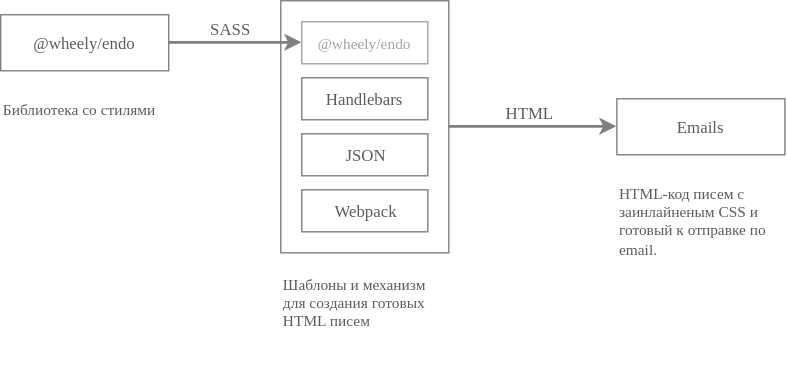
ajile/draw-io keeps this draw.io diagram as Untitled Diagram.svg. Above is the earlier version. Source tidied: cells renumbered, new cells last; positions are measured from the earlier drawing's top-left corner, leaving out a move shared by most shapes.
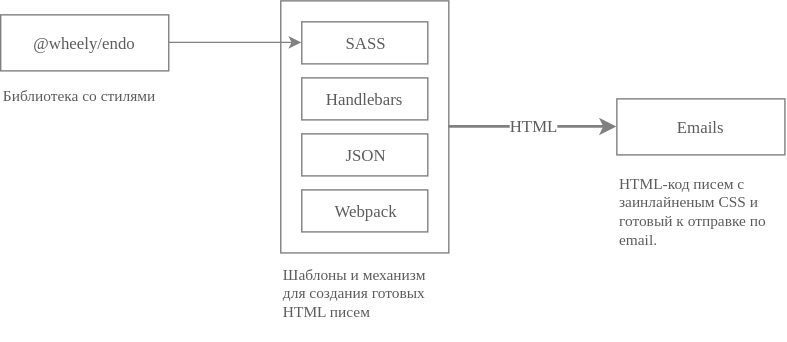
After the commit.

Change to the diagram source:
```diff
@@ -5,14 +5,11 @@
     <mxCell id="2" style="rounded=0;whiteSpace=wrap;html=1;shadow=0;strokeColor=#808080;strokeWidth=1;fillColor=#ffffff;gradientColor=none;fontFamily=Verdana;fontSize=12;fontColor=#5C5C5C;align=center;" parent="1" vertex="1">
       <mxGeometry x="200" width="120" height="180" as="geometry" />
     </mxCell>
-    <mxCell id="3" style="edgeStyle=orthogonalEdgeStyle;rounded=0;html=1;labelBackgroundColor=none;startArrow=none;startFill=0;endArrow=classic;endFill=1;jettySize=auto;strokeColor=#808080;strokeWidth=2;fontFamily=Verdana;fontSize=12;fontColor=#5C5C5C;entryX=0;entryY=0.5;" parent="1" edge="1" source="5" target="14">
-      <mxGeometry relative="1" as="geometry" />
+    <mxCell id="3" style="edgeStyle=orthogonalEdgeStyle;rounded=0;html=1;labelBackgroundColor=none;startArrow=none;startFill=0;endArrow=classic;endFill=1;jettySize=auto;strokeColor=#808080;strokeWidth=1;fontFamily=Verdana;fontSize=11;fontColor=#5C5C5C;entryX=0;entryY=0.5;" parent="1" edge="1" source="5">
+      <mxGeometry relative="1" as="geometry">
+        <mxPoint x="214.7" y="29.7" as="targetPoint" />
+      </mxGeometry>
     </mxCell>
-    <mxCell id="4" value="SASS" style="text;html=1;align=center;verticalAlign=middle;labelBackgroundColor=#ffffff;fontSize=12;fontFamily=Verdana;fontColor=#5C5C5C;" parent="3" vertex="1">
-      <mxGeometry x="-0.23" y="1" relative="1" as="geometry">
-        <mxPoint x="9" y="-9" as="offset" />
-      </mxGeometry>
-    </mxCell>
     <mxCell id="5" value="@wheely/endo" style="rounded=0;whiteSpace=wrap;html=1;shadow=0;strokeColor=#808080;strokeWidth=1;fillColor=#ffffff;gradientColor=none;fontFamily=Verdana;fontSize=12;fontColor=#5C5C5C;align=center;" parent="1" vertex="1">
       <mxGeometry y="10" width="120" height="40" as="geometry" />
     </mxCell>
@@ -21,20 +18,20 @@
     </mxCell>
     <mxCell id="7" value="HTML" style="text;html=1;align=center;verticalAlign=middle;labelBackgroundColor=#ffffff;fontSize=12;fontFamily=Verdana;fontColor=#5C5C5C;" parent="6" vertex="1">
       <mxGeometry x="-0.12" y="2" relative="1" as="geometry">
-        <mxPoint x="5" y="-8" as="offset" />
+        <mxPoint x="8" y="0.5" as="offset" />
       </mxGeometry>
     </mxCell>
     <mxCell id="8" value="Emails&lt;br&gt;" style="rounded=0;whiteSpace=wrap;html=1;shadow=0;strokeColor=#808080;strokeWidth=1;fillColor=#ffffff;gradientColor=none;fontFamily=Verdana;fontSize=12;fontColor=#5C5C5C;align=center;" parent="1" vertex="1">
       <mxGeometry x="440" y="70" width="120" height="40" as="geometry" />
     </mxCell>
     <mxCell id="9" value="Библиотека со стилями" style="text;html=1;strokeColor=none;fillColor=none;align=left;verticalAlign=top;whiteSpace=wrap;rounded=0;shadow=0;fontFamily=Verdana;fontSize=11;fontColor=#5C5C5C;" parent="1" vertex="1">
-      <mxGeometry y="65" width="120" height="45" as="geometry" />
+      <mxGeometry y="55" width="120" height="35" as="geometry" />
     </mxCell>
     <mxCell id="10" value="Шаблоны и механизм для создания готовых HTML писем" style="text;html=1;strokeColor=none;fillColor=none;align=left;verticalAlign=top;whiteSpace=wrap;rounded=0;shadow=0;fontFamily=Verdana;fontSize=11;fontColor=#5C5C5C;" parent="1" vertex="1">
-      <mxGeometry x="200" y="190" width="120" height="70" as="geometry" />
+      <mxGeometry x="200" y="182.5" width="120" height="60" as="geometry" />
     </mxCell>
     <mxCell id="11" value="HTML-код писем с заинлайненым CSS и готовый к отправке по email." style="text;html=1;strokeColor=none;fillColor=none;align=left;verticalAlign=top;whiteSpace=wrap;rounded=0;shadow=0;fontFamily=Verdana;fontSize=11;fontColor=#5C5C5C;" parent="1" vertex="1">
-      <mxGeometry x="440" y="125" width="120" height="65" as="geometry" />
+      <mxGeometry x="440" y="117.5" width="120" height="65" as="geometry" />
     </mxCell>
     <mxCell id="12" value="Handlebars" style="rounded=0;whiteSpace=wrap;html=1;shadow=0;strokeColor=#808080;strokeWidth=1;fillColor=#ffffff;gradientColor=none;fontFamily=Verdana;fontSize=12;fontColor=#5C5C5C;align=center;" parent="1" vertex="1">
       <mxGeometry x="215" y="55" width="90" height="30" as="geometry" />
@@ -42,11 +39,11 @@
     <mxCell id="13" value="JSON" style="rounded=0;whiteSpace=wrap;html=1;shadow=0;strokeColor=#808080;strokeWidth=1;fillColor=#ffffff;gradientColor=none;fontFamily=Verdana;fontSize=12;fontColor=#5C5C5C;align=center;" parent="1" vertex="1">
       <mxGeometry x="215" y="95" width="90" height="30" as="geometry" />
     </mxCell>
-    <mxCell id="14" value="@wheely/endo" style="rounded=0;whiteSpace=wrap;html=1;shadow=0;strokeColor=#A3A3A3;strokeWidth=1;fillColor=#ffffff;gradientColor=none;fontFamily=Verdana;fontSize=11;fontColor=#A3A3A3;align=center;" parent="1" vertex="1">
-      <mxGeometry x="215" y="15" width="90" height="30" as="geometry" />
-    </mxCell>
     <mxCell id="15" value="Webpack" style="rounded=0;whiteSpace=wrap;html=1;shadow=0;strokeColor=#808080;strokeWidth=1;fillColor=#ffffff;gradientColor=none;fontFamily=Verdana;fontSize=12;fontColor=#5C5C5C;align=center;" parent="1" vertex="1">
       <mxGeometry x="215" y="135" width="90" height="30" as="geometry" />
     </mxCell>
+    <mxCell id="4" value="SASS" style="rounded=0;whiteSpace=wrap;html=1;shadow=0;strokeColor=#808080;strokeWidth=1;fillColor=#ffffff;gradientColor=none;fontFamily=Verdana;fontSize=12;fontColor=#5C5C5C;align=center;" parent="1" vertex="1">
+      <mxGeometry x="215" y="15" width="90" height="30" as="geometry" />
+    </mxCell>
   </root>
 </mxGraphModel>
```
